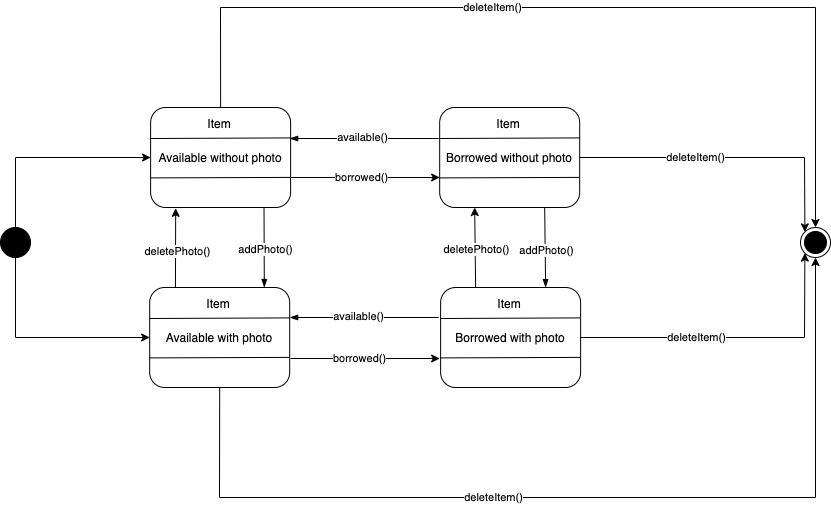
The draw.io diagram UML Examples/BorrowAppItems State Diagram.png in smitbmx/Architecture-Diagrams, before a commit. Source tidied: cells renumbered, new cells last; positions are measured from the earlier drawing's top-left corner, leaving out a move shared by most shapes.
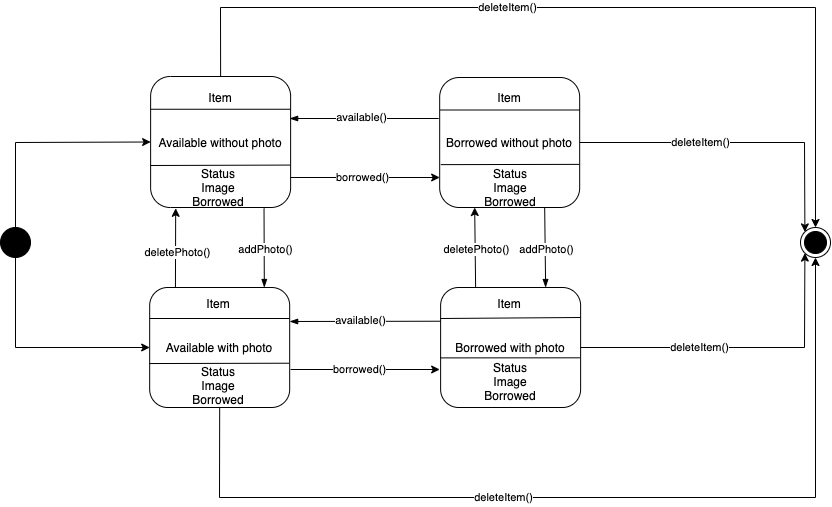
After the change.

Change to the diagram source:
```diff
@@ -3,32 +3,32 @@
     <mxCell id="0" />
     <mxCell id="1" parent="0" />
     <mxCell id="2" value="Available without photo" style="rounded=1;whiteSpace=wrap;html=1;" parent="1" vertex="1">
-      <mxGeometry x="150.1" y="100" width="140" height="100" as="geometry" />
+      <mxGeometry x="150.1" y="69" width="140" height="131" as="geometry" />
     </mxCell>
-    <mxCell id="3" style="endArrow=none;html=1;entryX=0.999;entryY=0.304;entryDx=0;entryDy=0;entryPerimeter=0;" parent="1" edge="1" target="2">
-      <mxGeometry relative="1" as="geometry">
-        <mxPoint x="150.1" y="131" as="sourcePoint" />
-      </mxGeometry>
+    <mxCell id="3" style="endArrow=none;html=1;entryX=1;entryY=0.25;entryDx=0;entryDy=0;exitX=0;exitY=0.25;exitDx=0;exitDy=0;" parent="1" edge="1" source="2" target="2">
+      <mxGeometry relative="1" as="geometry" />
     </mxCell>
-    <mxCell id="4" style="endArrow=none;html=1;entryX=0.997;entryY=0.699;entryDx=0;entryDy=0;entryPerimeter=0;" parent="1" edge="1" target="2">
+    <mxCell id="4" style="endArrow=none;html=1;entryX=0.997;entryY=0.699;entryDx=0;entryDy=0;entryPerimeter=0;" parent="1" edge="1">
       <mxGeometry relative="1" as="geometry">
-        <mxPoint x="150" y="170.4" as="sourcePoint" />
+        <mxPoint x="150" y="158" as="sourcePoint" />
+        <mxPoint x="289.7" y="157.6" as="targetPoint" />
       </mxGeometry>
     </mxCell>
     <mxCell id="5" value="Item" style="text;html=1;strokeColor=none;fillColor=none;align=center;verticalAlign=middle;whiteSpace=wrap;rounded=0;" parent="1" vertex="1">
-      <mxGeometry x="199.1" y="106" width="40" height="20" as="geometry" />
+      <mxGeometry x="200.1" y="80" width="40" height="20" as="geometry" />
     </mxCell>
     <mxCell id="6" value="Available with photo" style="rounded=1;whiteSpace=wrap;html=1;" parent="1" vertex="1">
-      <mxGeometry x="149.2" y="280" width="140" height="100" as="geometry" />
+      <mxGeometry x="149.2" y="280" width="140" height="120" as="geometry" />
     </mxCell>
-    <mxCell id="7" style="endArrow=none;html=1;entryX=0.999;entryY=0.304;entryDx=0;entryDy=0;entryPerimeter=0;" parent="1" edge="1" target="6">
+    <mxCell id="7" style="endArrow=none;html=1;" parent="1" edge="1">
       <mxGeometry relative="1" as="geometry">
         <mxPoint x="149.2" y="311" as="sourcePoint" />
+        <mxPoint x="289" y="311" as="targetPoint" />
       </mxGeometry>
     </mxCell>
-    <mxCell id="8" style="endArrow=none;html=1;entryX=0.997;entryY=0.699;entryDx=0;entryDy=0;entryPerimeter=0;" parent="1" edge="1" target="6">
+    <mxCell id="8" style="endArrow=none;html=1;exitX=-0.001;exitY=0.692;exitDx=0;exitDy=0;exitPerimeter=0;entryX=0.996;entryY=0.631;entryDx=0;entryDy=0;entryPerimeter=0;" parent="1" edge="1" target="6">
       <mxGeometry relative="1" as="geometry">
-        <mxPoint x="149.1" y="350.4" as="sourcePoint" />
+        <mxPoint x="149" y="356" as="sourcePoint" />
       </mxGeometry>
     </mxCell>
     <mxCell id="9" value="Item" style="text;html=1;strokeColor=none;fillColor=none;align=center;verticalAlign=middle;whiteSpace=wrap;rounded=0;" parent="1" vertex="1">
@@ -38,14 +38,14 @@
       <mxGeometry y="220" width="30" height="30" as="geometry" />
     </mxCell>
     <mxCell id="11" value="Borrowed with photo" style="rounded=1;whiteSpace=wrap;html=1;" parent="1" vertex="1">
-      <mxGeometry x="440.1" y="280" width="140" height="100" as="geometry" />
+      <mxGeometry x="440.1" y="280" width="140" height="120" as="geometry" />
     </mxCell>
-    <mxCell id="12" style="endArrow=none;html=1;entryX=0.999;entryY=0.304;entryDx=0;entryDy=0;entryPerimeter=0;" parent="1" edge="1" target="11">
+    <mxCell id="12" style="endArrow=none;html=1;entryX=1;entryY=0.25;entryDx=0;entryDy=0;" parent="1" edge="1" target="11">
       <mxGeometry relative="1" as="geometry">
         <mxPoint x="440.1" y="311" as="sourcePoint" />
       </mxGeometry>
     </mxCell>
-    <mxCell id="13" style="endArrow=none;html=1;entryX=0.997;entryY=0.699;entryDx=0;entryDy=0;entryPerimeter=0;" parent="1" edge="1" target="11">
+    <mxCell id="13" style="endArrow=none;html=1;entryX=0.993;entryY=0.586;entryDx=0;entryDy=0;entryPerimeter=0;" parent="1" edge="1" target="11">
       <mxGeometry relative="1" as="geometry">
         <mxPoint x="440" y="350.4" as="sourcePoint" />
       </mxGeometry>
@@ -54,20 +54,19 @@
       <mxGeometry x="489.1" y="286" width="40" height="20" as="geometry" />
     </mxCell>
     <mxCell id="15" value="Borrowed without photo" style="rounded=1;whiteSpace=wrap;html=1;" parent="1" vertex="1">
-      <mxGeometry x="439.2" y="100" width="140" height="100" as="geometry" />
+      <mxGeometry x="439.2" y="70" width="140" height="130" as="geometry" />
     </mxCell>
-    <mxCell id="16" style="endArrow=none;html=1;entryX=0.999;entryY=0.304;entryDx=0;entryDy=0;entryPerimeter=0;" parent="1" edge="1" target="15">
-      <mxGeometry relative="1" as="geometry">
-        <mxPoint x="439.2" y="131" as="sourcePoint" />
-      </mxGeometry>
+    <mxCell id="16" style="endArrow=none;html=1;entryX=1;entryY=0.25;entryDx=0;entryDy=0;exitX=0;exitY=0.25;exitDx=0;exitDy=0;" parent="1" edge="1" source="15" target="15">
+      <mxGeometry relative="1" as="geometry" />
     </mxCell>
-    <mxCell id="17" style="endArrow=none;html=1;entryX=0.997;entryY=0.699;entryDx=0;entryDy=0;entryPerimeter=0;" parent="1" edge="1" target="15">
+    <mxCell id="17" style="endArrow=none;html=1;entryX=0.997;entryY=0.699;entryDx=0;entryDy=0;entryPerimeter=0;exitX=0.008;exitY=0.701;exitDx=0;exitDy=0;exitPerimeter=0;" parent="1" edge="1">
       <mxGeometry relative="1" as="geometry">
-        <mxPoint x="439.1" y="170.4" as="sourcePoint" />
+        <mxPoint x="440.3" y="157.1" as="sourcePoint" />
+        <mxPoint x="578.8" y="156.9" as="targetPoint" />
       </mxGeometry>
     </mxCell>
     <mxCell id="18" value="Item" style="text;html=1;strokeColor=none;fillColor=none;align=center;verticalAlign=middle;whiteSpace=wrap;rounded=0;" parent="1" vertex="1">
-      <mxGeometry x="488.2" y="106" width="40" height="20" as="geometry" />
+      <mxGeometry x="489.2" y="80" width="40" height="20" as="geometry" />
     </mxCell>
     <mxCell id="19" style="endArrow=classic;html=1;exitX=1;exitY=0.5;exitDx=0;exitDy=0;entryX=0;entryY=0.5;entryDx=0;entryDy=0;" parent="1" edge="1">
       <mxGeometry relative="1" as="geometry">
@@ -80,8 +79,8 @@
     </mxCell>
     <mxCell id="21" style="endArrow=classic;html=1;exitX=1;exitY=0.5;exitDx=0;exitDy=0;entryX=0;entryY=0.5;entryDx=0;entryDy=0;" parent="1" edge="1">
       <mxGeometry relative="1" as="geometry">
-        <mxPoint x="290.1" y="351" as="sourcePoint" />
-        <mxPoint x="439.2" y="351" as="targetPoint" />
+        <mxPoint x="290.1" y="362" as="sourcePoint" />
+        <mxPoint x="439.2" y="362" as="targetPoint" />
       </mxGeometry>
     </mxCell>
     <mxCell id="22" value="borrowed()" style="edgeLabel;html=1;align=center;verticalAlign=middle;" parent="21" vertex="1">
@@ -95,21 +94,21 @@
     <mxCell id="24" style="endArrow=classic;html=1;entryX=0;entryY=0.5;entryDx=0;entryDy=0;exitX=0.5;exitY=0;exitDx=0;exitDy=0;rounded=0;" parent="1" edge="1" source="10" target="2">
       <mxGeometry relative="1" as="geometry">
         <Array as="points">
-          <mxPoint x="15" y="150" />
+          <mxPoint x="15" y="135" />
         </Array>
       </mxGeometry>
     </mxCell>
     <mxCell id="25" style="endArrow=classic;html=1;exitX=0.5;exitY=1;exitDx=0;exitDy=0;entryX=0;entryY=0.5;entryDx=0;entryDy=0;rounded=0;" parent="1" edge="1" source="10" target="6">
       <mxGeometry relative="1" as="geometry">
         <Array as="points">
-          <mxPoint x="15" y="330" />
+          <mxPoint x="15" y="340" />
         </Array>
       </mxGeometry>
     </mxCell>
     <mxCell id="26" style="endArrow=classic;html=1;entryX=0;entryY=1;entryDx=0;entryDy=0;exitX=1;exitY=0.5;exitDx=0;exitDy=0;rounded=0;" parent="1" edge="1" source="11" target="23">
       <mxGeometry relative="1" as="geometry">
         <Array as="points">
-          <mxPoint x="804" y="330" />
+          <mxPoint x="804" y="340" />
         </Array>
       </mxGeometry>
     </mxCell>
@@ -121,7 +120,7 @@
     <mxCell id="28" style="endArrow=classic;html=1;exitX=1;exitY=0.5;exitDx=0;exitDy=0;entryX=0;entryY=0;entryDx=0;entryDy=0;rounded=0;" parent="1" edge="1" source="15" target="23">
       <mxGeometry relative="1" as="geometry">
         <Array as="points">
-          <mxPoint x="804" y="150" />
+          <mxPoint x="804" y="135" />
         </Array>
       </mxGeometry>
     </mxCell>
@@ -158,8 +157,8 @@
     </mxCell>
     <mxCell id="34" style="endArrow=none;html=1;exitX=1;exitY=0.5;exitDx=0;exitDy=0;entryX=0;entryY=0.5;entryDx=0;entryDy=0;startArrow=blockThin;startFill=1;endFill=0;" parent="1" edge="1">
       <mxGeometry relative="1" as="geometry">
-        <mxPoint x="289.2" y="131" as="sourcePoint" />
-        <mxPoint x="438.2" y="131" as="targetPoint" />
+        <mxPoint x="289.2" y="111" as="sourcePoint" />
+        <mxPoint x="438.2" y="111" as="targetPoint" />
       </mxGeometry>
     </mxCell>
     <mxCell id="35" value="available()" style="edgeLabel;html=1;align=center;verticalAlign=middle;" parent="34" vertex="1">
@@ -167,10 +166,9 @@
         <mxPoint y="-2" as="offset" />
       </mxGeometry>
     </mxCell>
-    <mxCell id="36" style="endArrow=none;html=1;exitX=1;exitY=0.5;exitDx=0;exitDy=0;entryX=0;entryY=0.5;entryDx=0;entryDy=0;startArrow=blockThin;startFill=1;endFill=0;" parent="1" edge="1">
+    <mxCell id="36" style="endArrow=none;html=1;exitX=1;exitY=0.5;exitDx=0;exitDy=0;startArrow=blockThin;startFill=1;endFill=0;entryX=0;entryY=0.281;entryDx=0;entryDy=0;entryPerimeter=0;" parent="1" edge="1" target="11">
       <mxGeometry relative="1" as="geometry">
-        <mxPoint x="289.2" y="310" as="sourcePoint" />
-        <mxPoint x="438.2" y="310" as="targetPoint" />
+        <mxPoint x="289.2" y="314" as="sourcePoint" />
       </mxGeometry>
     </mxCell>
     <mxCell id="37" value="available()" style="edgeLabel;html=1;align=center;verticalAlign=middle;" parent="36" vertex="1">
@@ -206,5 +204,17 @@
     <mxCell id="45" value="addPhoto()" style="edgeLabel;html=1;align=center;verticalAlign=middle;" parent="44" vertex="1">
       <mxGeometry x="-0.04" y="-1" relative="1" as="geometry" />
     </mxCell>
+    <mxCell id="46" value="Status&lt;br&gt;Image&lt;br&gt;Borrowed" style="text;html=1;strokeColor=none;fillColor=none;align=center;verticalAlign=middle;whiteSpace=wrap;rounded=0;" parent="1" vertex="1">
+      <mxGeometry x="198.2" y="170" width="40" height="20" as="geometry" />
+    </mxCell>
+    <mxCell id="47" value="Status&lt;br&gt;Image&lt;br&gt;Borrowed" style="text;html=1;strokeColor=none;fillColor=none;align=center;verticalAlign=middle;whiteSpace=wrap;rounded=0;" parent="1" vertex="1">
+      <mxGeometry x="490.1" y="170" width="40" height="20" as="geometry" />
+    </mxCell>
+    <mxCell id="48" value="Status&lt;br&gt;Image&lt;br&gt;Borrowed" style="text;html=1;strokeColor=none;fillColor=none;align=center;verticalAlign=middle;whiteSpace=wrap;rounded=0;" parent="1" vertex="1">
+      <mxGeometry x="490.1" y="364" width="40" height="20" as="geometry" />
+    </mxCell>
+    <mxCell id="49" value="Status&lt;br&gt;Image&lt;br&gt;Borrowed" style="text;html=1;strokeColor=none;fillColor=none;align=center;verticalAlign=middle;whiteSpace=wrap;rounded=0;" parent="1" vertex="1">
+      <mxGeometry x="198.2" y="368" width="40" height="20" as="geometry" />
+    </mxCell>
   </root>
 </mxGraphModel>
```
